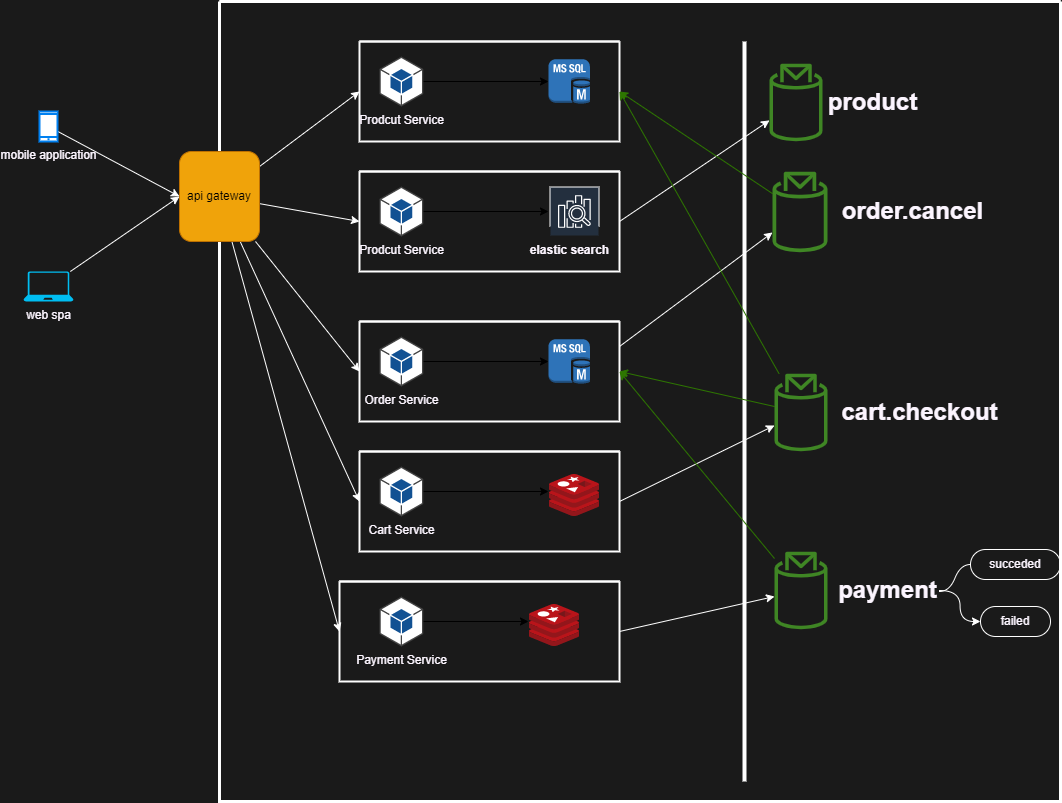
Before: diagrams/imgs/serviceArch.png, a diagram exported from draw.io (abdo1819/MicroservicesTask). Source tidied: cells renumbered, new cells last; positions are measured from the earlier drawing's top-left corner, leaving out a move shared by most shapes.
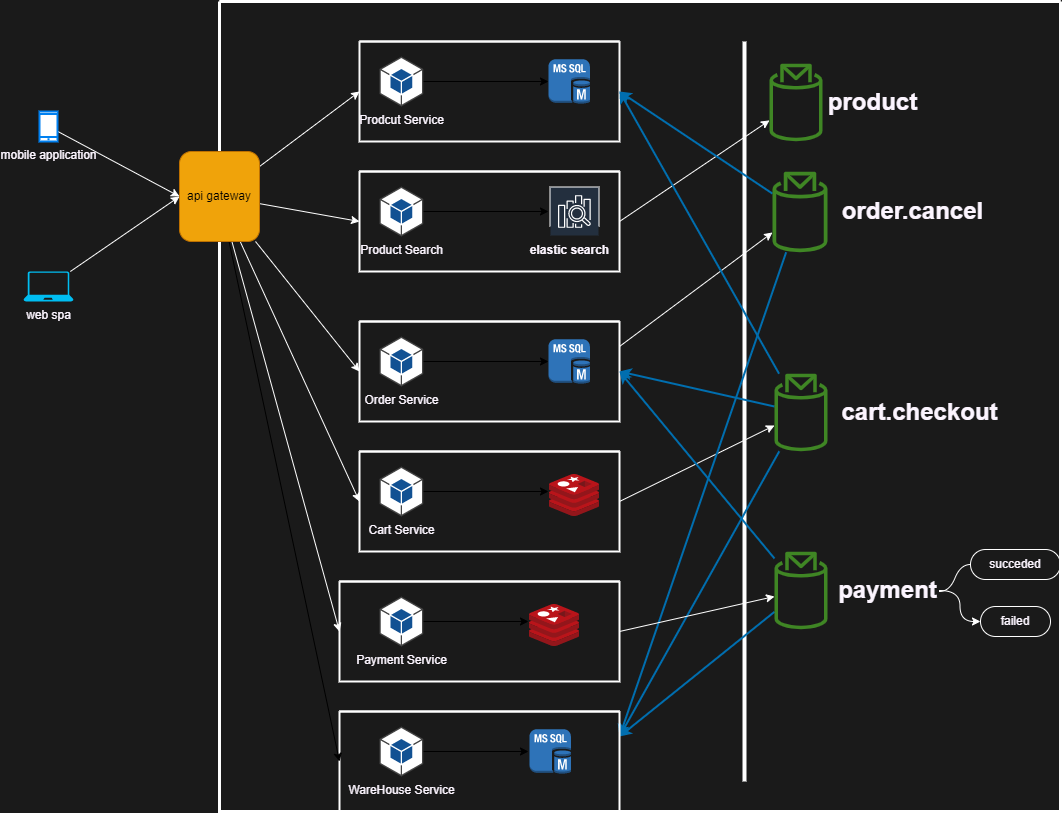
Later version of the same file.

Change to the diagram source:
```diff
@@ -3,7 +3,7 @@
     <mxCell id="0" />
     <mxCell id="1" parent="0" />
     <mxCell id="2" style="swimlane;startSize=0;strokeWidth=3;strokeColor=#FFFFFF;" parent="1" vertex="1">
-      <mxGeometry x="196" width="841" height="800" as="geometry" />
+      <mxGeometry x="196" width="841" height="810" as="geometry" />
     </mxCell>
     <mxCell id="3" style="swimlane;startSize=0;fontColor=#FCF5FF;strokeWidth=2;strokeColor=#FAFAFA;" parent="2" vertex="1">
       <mxGeometry x="140" y="40" width="260" height="100" as="geometry" />
@@ -63,7 +63,7 @@
         <mxPoint x="189" y="40" as="targetPoint" />
       </mxGeometry>
     </mxCell>
-    <mxCell id="21" value="Prodcut Service" style="outlineConnect=0;dashed=0;verticalLabelPosition=bottom;verticalAlign=top;align=center;html=1;shape=mxgraph.aws3.android;fillColor=#115193;gradientColor=none;fontColor=#FCF5FF;" parent="19" vertex="1">
+    <mxCell id="21" value="Product Search" style="outlineConnect=0;dashed=0;verticalLabelPosition=bottom;verticalAlign=top;align=center;html=1;shape=mxgraph.aws3.android;fillColor=#115193;gradientColor=none;fontColor=#FCF5FF;" parent="19" vertex="1">
       <mxGeometry x="20" y="15" width="43.8" height="50" as="geometry" />
     </mxCell>
     <mxCell id="22" style="sketch=0;fontColor=#FCF5FF;gradientColor=none;strokeColor=#ffffff;fillColor=#232F3E;dashed=0;verticalLabelPosition=middle;verticalAlign=bottom;align=center;html=1;whiteSpace=wrap;fontSize=10;fontStyle=1;spacing=3;shape=mxgraph.aws4.productIcon;prIcon=mxgraph.aws4.elasticsearch_service;" parent="19" vertex="1">
@@ -78,21 +78,27 @@
     <mxCell id="25" value="product" style="text;strokeColor=none;fillColor=none;html=1;fontSize=24;fontStyle=1;verticalAlign=middle;align=center;fontColor=#FCF5FF;" parent="2" vertex="1">
       <mxGeometry x="603" y="81" width="100" height="40" as="geometry" />
     </mxCell>
-    <mxCell id="26" style="edgeStyle=none;html=1;entryX=1;entryY=0.5;entryDx=0;entryDy=0;fontColor=#FCF5FF;fillColor=#60a917;strokeColor=#2D7600;rounded=1;" parent="2" edge="1" source="28" target="3">
+    <mxCell id="26" style="edgeStyle=none;html=1;entryX=1;entryY=0.5;entryDx=0;entryDy=0;fontColor=#FCF5FF;fillColor=#1ba1e2;strokeColor=#006EAF;rounded=1;strokeWidth=2;" parent="2" edge="1" source="28" target="3">
       <mxGeometry relative="1" as="geometry" />
     </mxCell>
-    <mxCell id="27" style="edgeStyle=none;rounded=1;html=1;entryX=1;entryY=0.5;entryDx=0;entryDy=0;fontColor=#FCF5FF;fillColor=#60a917;strokeColor=#2D7600;" parent="2" edge="1" source="28" target="8">
+    <mxCell id="27" style="edgeStyle=none;rounded=1;html=1;entryX=1;entryY=0.5;entryDx=0;entryDy=0;fontColor=#FCF5FF;fillColor=#1ba1e2;strokeColor=#006EAF;strokeWidth=2;" parent="2" edge="1" source="28" target="8">
       <mxGeometry relative="1" as="geometry" />
     </mxCell>
+    <mxCell id="55" style="edgeStyle=none;html=1;entryX=1;entryY=0.25;entryDx=0;entryDy=0;fillColor=#1ba1e2;strokeColor=#006EAF;strokeWidth=2;" parent="2" edge="1" source="28" target="58">
+      <mxGeometry relative="1" as="geometry" />
+    </mxCell>
     <mxCell id="28" style="sketch=0;outlineConnect=0;fontColor=#FCF5FF;gradientColor=none;fillColor=#3F8624;strokeColor=none;dashed=0;verticalLabelPosition=bottom;verticalAlign=top;align=center;html=1;fontSize=12;fontStyle=0;shape=mxgraph.aws4.topic_2;" parent="2" vertex="1">
       <mxGeometry x="555" y="372" width="53" height="78" as="geometry" />
     </mxCell>
     <mxCell id="29" value="cart.checkout" style="text;strokeColor=none;fillColor=none;html=1;fontSize=24;fontStyle=1;verticalAlign=middle;align=center;fontColor=#FCF5FF;" parent="2" vertex="1">
       <mxGeometry x="615" y="391" width="170" height="40" as="geometry" />
     </mxCell>
-    <mxCell id="30" style="edgeStyle=none;rounded=1;html=1;entryX=1;entryY=0.5;entryDx=0;entryDy=0;fontColor=#FCF5FF;fillColor=#60a917;strokeColor=#2D7600;" parent="2" edge="1" source="31" target="3">
+    <mxCell id="30" style="edgeStyle=none;rounded=1;html=1;entryX=1;entryY=0.5;entryDx=0;entryDy=0;fontColor=#FCF5FF;fillColor=#1ba1e2;strokeColor=#006EAF;strokeWidth=2;" parent="2" edge="1" source="31" target="3">
       <mxGeometry relative="1" as="geometry" />
     </mxCell>
+    <mxCell id="56" style="edgeStyle=none;html=1;entryX=1;entryY=0.25;entryDx=0;entryDy=0;fillColor=#1ba1e2;strokeColor=#006EAF;strokeWidth=2;" parent="2" edge="1" source="31" target="58">
+      <mxGeometry relative="1" as="geometry" />
+    </mxCell>
     <mxCell id="31" style="sketch=0;outlineConnect=0;fontColor=#FCF5FF;gradientColor=none;fillColor=#3F8624;strokeColor=none;dashed=0;verticalLabelPosition=bottom;verticalAlign=top;align=center;html=1;fontSize=12;fontStyle=0;shape=mxgraph.aws4.topic_2;" parent="2" vertex="1">
       <mxGeometry x="553" y="170" width="55" height="80.9" as="geometry" />
     </mxCell>
@@ -116,9 +122,12 @@
     <mxCell id="37" style="sketch=0;html=1;align=center;image;fontSize=12;image=img/lib/mscae/Cache_Redis_Product.svg;fontColor=#FCF5FF;" parent="34" vertex="1">
       <mxGeometry x="190" y="23" width="50" height="42" as="geometry" />
     </mxCell>
-    <mxCell id="38" style="edgeStyle=none;rounded=1;html=1;entryX=1;entryY=0.5;entryDx=0;entryDy=0;fontColor=#FCF5FF;fillColor=#60a917;strokeColor=#2D7600;" parent="2" edge="1" source="39" target="8">
+    <mxCell id="38" style="edgeStyle=none;rounded=1;html=1;entryX=1;entryY=0.5;entryDx=0;entryDy=0;fontColor=#FCF5FF;fillColor=#1ba1e2;strokeColor=#006EAF;strokeWidth=2;" parent="2" edge="1" source="39" target="8">
       <mxGeometry relative="1" as="geometry" />
     </mxCell>
+    <mxCell id="57" style="edgeStyle=none;html=1;entryX=1;entryY=0.25;entryDx=0;entryDy=0;fillColor=#1ba1e2;strokeColor=#006EAF;strokeWidth=2;" parent="2" edge="1" source="39" target="58">
+      <mxGeometry relative="1" as="geometry" />
+    </mxCell>
     <mxCell id="39" style="sketch=0;outlineConnect=0;fontColor=#FCF5FF;gradientColor=none;fillColor=#3F8624;strokeColor=none;dashed=0;verticalLabelPosition=bottom;verticalAlign=top;align=center;html=1;fontSize=12;fontStyle=0;shape=mxgraph.aws4.topic_2;" parent="2" vertex="1">
       <mxGeometry x="555" y="550" width="53" height="78" as="geometry" />
     </mxCell>
@@ -139,6 +148,20 @@
     <mxCell id="44" value="&lt;font&gt;failed&lt;br&gt;&lt;/font&gt;" style="whiteSpace=wrap;html=1;rounded=1;arcSize=50;align=center;verticalAlign=middle;strokeWidth=1;spacing=4;newEdgeStyle={&quot;edgeStyle&quot;:&quot;entityRelationEdgeStyle&quot;,&quot;startArrow&quot;:&quot;none&quot;,&quot;endArrow&quot;:&quot;none&quot;,&quot;segment&quot;:10,&quot;curved&quot;:1};fontColor=#FCF5FF;fillColor=none;strokeColor=#FFFFFF;" parent="2" vertex="1">
       <mxGeometry x="761" y="605" width="70" height="30" as="geometry" />
     </mxCell>
+    <mxCell id="58" style="swimlane;startSize=0;fontColor=#FCF5FF;strokeWidth=2;strokeColor=#FFFFFF;" parent="2" vertex="1">
+      <mxGeometry x="120" y="710" width="280" height="100" as="geometry" />
+    </mxCell>
+    <mxCell id="59" style="edgeStyle=none;html=1;fontColor=#FCF5FF;" parent="58" edge="1" source="60">
+      <mxGeometry relative="1" as="geometry">
+        <mxPoint x="189" y="40" as="targetPoint" />
+      </mxGeometry>
+    </mxCell>
+    <mxCell id="60" value="WareHouse Service" style="outlineConnect=0;dashed=0;verticalLabelPosition=bottom;verticalAlign=top;align=center;html=1;shape=mxgraph.aws3.android;fillColor=#115193;gradientColor=none;fontColor=#FCF5FF;" parent="58" vertex="1">
+      <mxGeometry x="40" y="15" width="43.8" height="50" as="geometry" />
+    </mxCell>
+    <mxCell id="61" style="dashed=0;verticalLabelPosition=bottom;verticalAlign=top;align=center;html=1;shape=mxgraph.aws3.ms_sql_instance;fillColor=#2E73B8;gradientColor=none;fontColor=#FCF5FF;" parent="58" vertex="1">
+      <mxGeometry x="190" y="17.8" width="41.4" height="44.5" as="geometry" />
+    </mxCell>
     <mxCell id="45" style="edgeStyle=none;html=1;entryX=0;entryY=0.5;entryDx=0;entryDy=0;fontColor=#FCF5FF;strokeColor=#FFFFFF;" parent="1" edge="1" source="46" target="54">
       <mxGeometry relative="1" as="geometry" />
     </mxCell>
@@ -166,6 +189,9 @@
     <mxCell id="53" style="edgeStyle=none;html=1;entryX=0;entryY=0.5;entryDx=0;entryDy=0;fontColor=#FCF5FF;strokeColor=#FFFFFF;" parent="1" edge="1" source="54" target="34">
       <mxGeometry relative="1" as="geometry" />
     </mxCell>
+    <mxCell id="62" style="edgeStyle=none;html=1;entryX=0;entryY=0.5;entryDx=0;entryDy=0;" parent="1" edge="1" source="54" target="58">
+      <mxGeometry relative="1" as="geometry" />
+    </mxCell>
     <mxCell id="54" value="api gateway" style="rounded=1;whiteSpace=wrap;html=1;fillColor=#f0a30a;fontColor=#000000;strokeColor=#BD7000;" parent="1" vertex="1">
       <mxGeometry x="156" y="150" width="80" height="90" as="geometry" />
     </mxCell>
```
